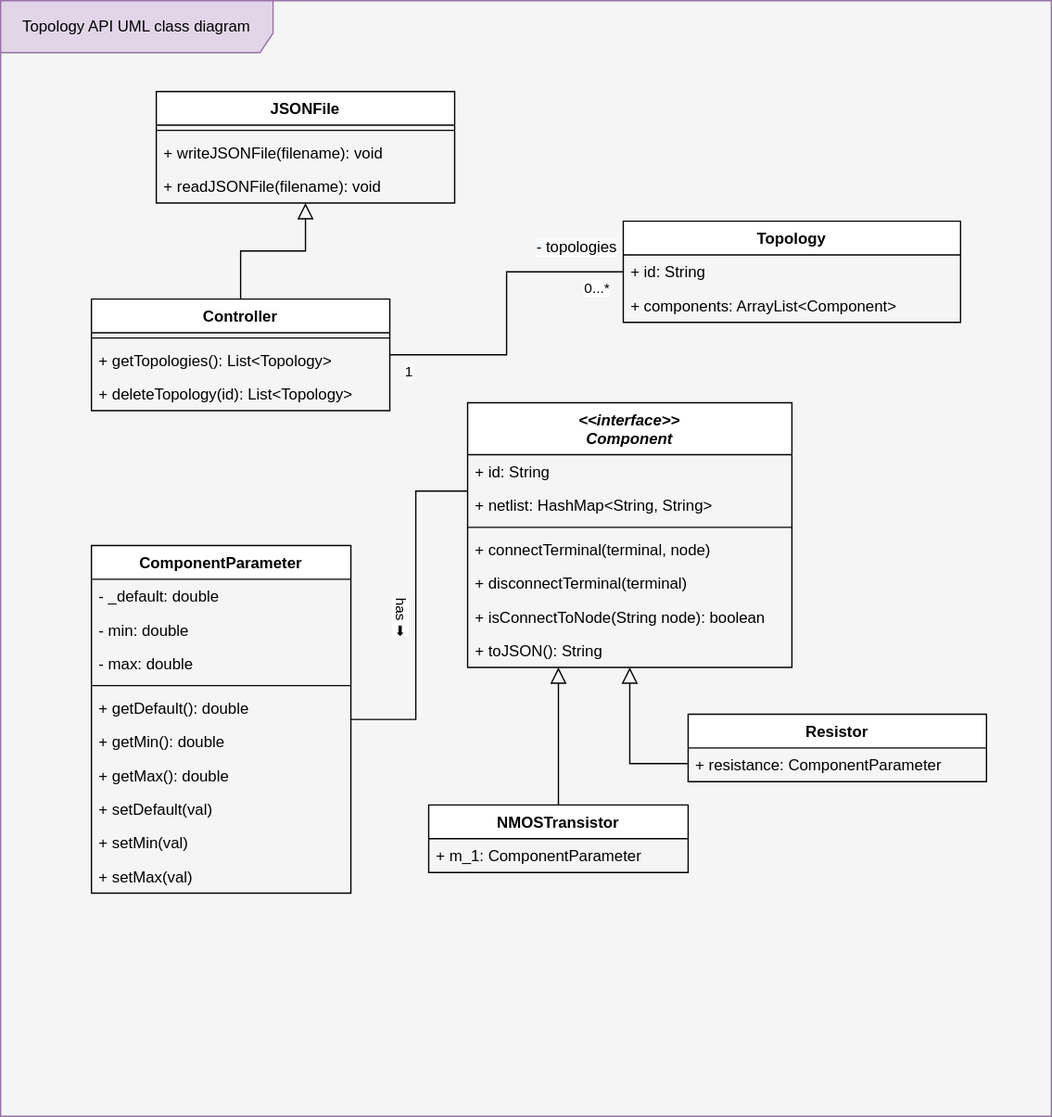
This is classes-uml.svg from MuhammadSawalhy/TopologyAPI, a draw.io export, as it was before one commit. Source tidied: cells renumbered, new cells last; positions are measured from the earlier drawing's top-left corner, leaving out a move shared by most shapes.
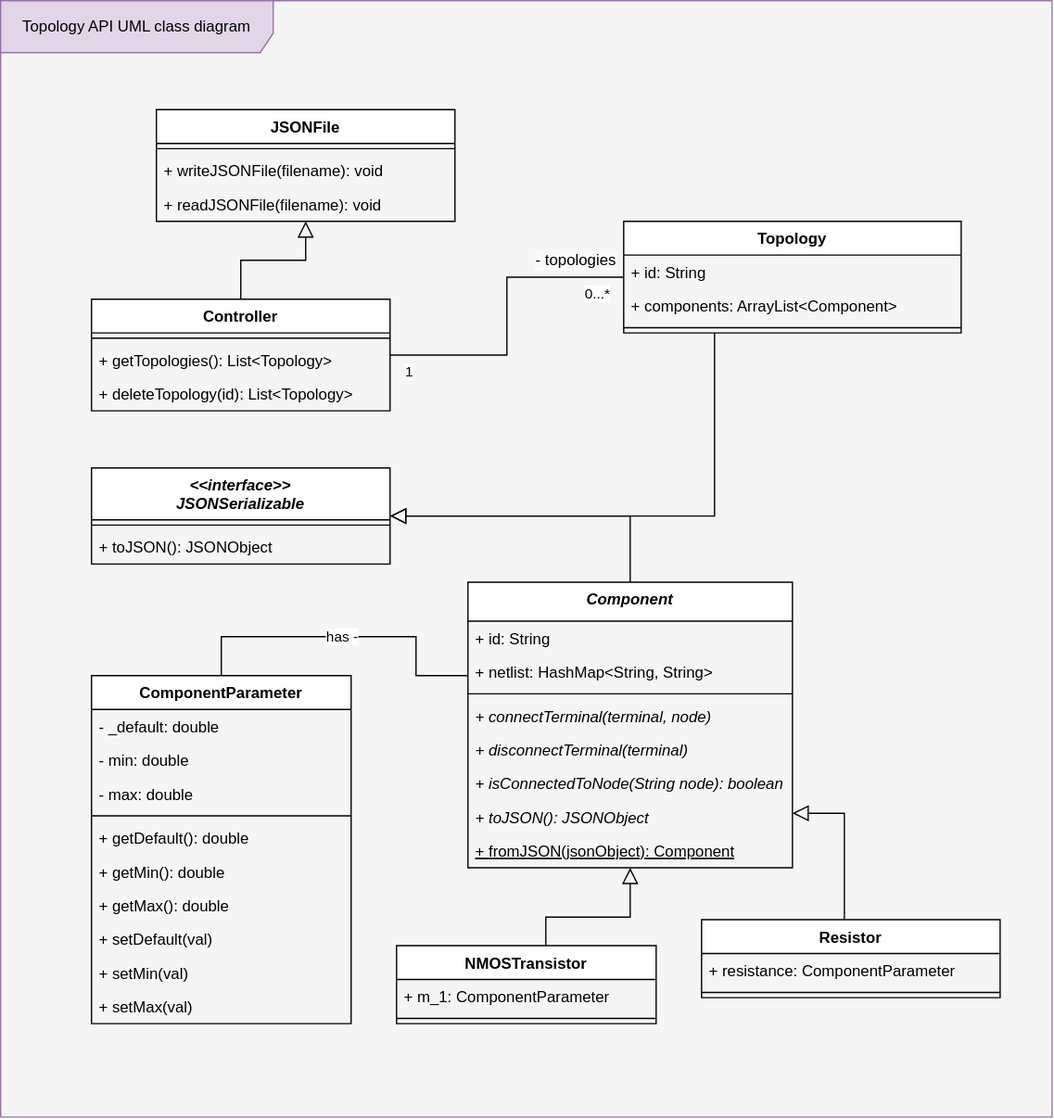
After the change.

Commit message:
Write code for NMOSTransistor component, using its UML

The edit, as a diff of the source:
```diff
@@ -5,30 +5,40 @@
     <mxCell id="2" value="Topology API UML class diagram" style="shape=umlFrame;whiteSpace=wrap;html=1;fontFamily=Helvetica;width=210;height=40;fillColor=#e1d5e7;strokeColor=#9673a6;gradientColor=none;swimlaneFillColor=#F5F5F5;" parent="1" vertex="1">
       <mxGeometry width="810" height="860" as="geometry" />
     </mxCell>
+    <mxCell id="51" style="edgeStyle=orthogonalEdgeStyle;rounded=0;jettySize=auto;html=1;endArrow=block;endFill=0;endSize=10;entryX=1;entryY=0.5;entryDx=0;entryDy=0;" parent="1" edge="1" source="3" target="57">
+      <mxGeometry relative="1" as="geometry">
+        <Array as="points">
+          <mxPoint x="485" y="397" />
+        </Array>
+      </mxGeometry>
+    </mxCell>
-    <mxCell id="3" value="&lt;&lt;interface&gt;&gt;&#10;Component" style="swimlane;fontStyle=3;align=center;verticalAlign=top;horizontal=1;startSize=40;" parent="1" vertex="1">
-      <mxGeometry x="360" y="310" width="250" height="204" as="geometry" />
+    <mxCell id="3" value="Component" style="swimlane;fontStyle=3;align=center;verticalAlign=top;horizontal=1;startSize=30;" parent="1" vertex="1">
+      <mxGeometry x="360" y="448" width="250" height="220" as="geometry" />
     </mxCell>
     <mxCell id="4" value="+ id: String" style="text;strokeColor=none;fillColor=none;align=left;verticalAlign=top;spacingLeft=4;spacingRight=4;overflow=hidden;" parent="3" vertex="1">
-      <mxGeometry y="40" width="250" height="26" as="geometry" />
+      <mxGeometry y="30" width="250" height="26" as="geometry" />
     </mxCell>
     <mxCell id="5" value="+ netlist: HashMap&lt;String, String&gt;" style="text;strokeColor=none;fillColor=none;align=left;verticalAlign=top;spacingLeft=4;spacingRight=4;overflow=hidden;" parent="3" vertex="1">
-      <mxGeometry y="66" width="250" height="26" as="geometry" />
+      <mxGeometry y="56" width="250" height="26" as="geometry" />
     </mxCell>
     <mxCell id="6" style="line;strokeWidth=1;fillColor=none;align=left;verticalAlign=middle;spacingTop=-1;spacingLeft=3;spacingRight=3;labelPosition=right;" parent="3" vertex="1">
-      <mxGeometry y="92" width="250" height="8" as="geometry" />
+      <mxGeometry y="82" width="250" height="8" as="geometry" />
     </mxCell>
-    <mxCell id="7" value="+ connectTerminal(terminal, node)" style="text;strokeColor=none;fillColor=none;align=left;verticalAlign=top;spacingLeft=4;spacingRight=4;overflow=hidden;fontStyle=0;" parent="3" vertex="1">
-      <mxGeometry y="100" width="250" height="26" as="geometry" />
+    <mxCell id="7" value="+ connectTerminal(terminal, node)" style="text;strokeColor=none;fillColor=none;align=left;verticalAlign=top;spacingLeft=4;spacingRight=4;overflow=hidden;fontStyle=2;" parent="3" vertex="1">
+      <mxGeometry y="90" width="250" height="26" as="geometry" />
     </mxCell>
-    <mxCell id="8" value="+ disconnectTerminal(terminal)" style="text;strokeColor=none;fillColor=none;align=left;verticalAlign=top;spacingLeft=4;spacingRight=4;overflow=hidden;fontStyle=0;" parent="3" vertex="1">
-      <mxGeometry y="126" width="250" height="26" as="geometry" />
+    <mxCell id="8" value="+ disconnectTerminal(terminal)" style="text;strokeColor=none;fillColor=none;align=left;verticalAlign=top;spacingLeft=4;spacingRight=4;overflow=hidden;fontStyle=2;" parent="3" vertex="1">
+      <mxGeometry y="116" width="250" height="26" as="geometry" />
     </mxCell>
-    <mxCell id="9" value="+ isConnectToNode(String node): boolean " style="text;strokeColor=none;fillColor=none;align=left;verticalAlign=top;spacingLeft=4;spacingRight=4;overflow=hidden;fontStyle=0;" parent="3" vertex="1">
-      <mxGeometry y="152" width="250" height="26" as="geometry" />
+    <mxCell id="9" value="+ isConnectedToNode(String node): boolean" style="text;strokeColor=none;fillColor=none;align=left;verticalAlign=top;spacingLeft=4;spacingRight=4;overflow=hidden;fontStyle=2;" parent="3" vertex="1">
+      <mxGeometry y="142" width="250" height="26" as="geometry" />
     </mxCell>
-    <mxCell id="10" value="+ toJSON(): String" style="text;strokeColor=none;fillColor=none;align=left;verticalAlign=top;spacingLeft=4;spacingRight=4;overflow=hidden;fontStyle=0;" parent="3" vertex="1">
-      <mxGeometry y="178" width="250" height="26" as="geometry" />
+    <mxCell id="10" value="+ toJSON(): JSONObject" style="text;strokeColor=none;fillColor=none;align=left;verticalAlign=top;spacingLeft=4;spacingRight=4;overflow=hidden;fontStyle=2;" parent="3" vertex="1">
+      <mxGeometry y="168" width="250" height="26" as="geometry" />
     </mxCell>
+    <mxCell id="52" value="+ fromJSON(jsonObject): Component" style="text;strokeColor=none;fillColor=none;align=left;verticalAlign=top;spacingLeft=4;spacingRight=4;overflow=hidden;fontStyle=4;" parent="3" vertex="1">
+      <mxGeometry y="194" width="250" height="26" as="geometry" />
+    </mxCell>
     <mxCell id="11" style="edgeStyle=orthogonalEdgeStyle;rounded=0;jettySize=auto;html=1;endArrow=block;endFill=0;endSize=10;" parent="1" edge="1" source="12" target="47">
       <mxGeometry relative="1" as="geometry" />
     </mxCell>
@@ -47,31 +57,36 @@
     <mxCell id="16" style="edgeStyle=orthogonalEdgeStyle;rounded=0;jettySize=auto;html=1;endArrow=block;endFill=0;endSize=10;startSize=10;" parent="1" edge="1" source="17" target="3">
       <mxGeometry relative="1" as="geometry">
         <Array as="points">
-          <mxPoint x="420" y="668" />
-          <mxPoint x="485" y="668" />
+          <mxPoint x="420" y="706" />
+          <mxPoint x="485" y="706" />
         </Array>
       </mxGeometry>
     </mxCell>
     <mxCell id="17" value="NMOSTransistor" style="swimlane;fontStyle=1;align=center;verticalAlign=top;horizontal=1;startSize=26;" parent="1" vertex="1">
-      <mxGeometry x="330" y="620" width="200" height="52" as="geometry" />
+      <mxGeometry x="305" y="728" width="200" height="60" as="geometry" />
     </mxCell>
     <mxCell id="18" value="+ m_1: ComponentParameter" style="text;strokeColor=none;fillColor=none;align=left;verticalAlign=top;spacingLeft=4;spacingRight=4;overflow=hidden;" parent="17" vertex="1">
       <mxGeometry y="26" width="200" height="26" as="geometry" />
     </mxCell>
+    <mxCell id="53" style="line;strokeWidth=1;fillColor=none;align=left;verticalAlign=middle;spacingTop=-1;spacingLeft=3;spacingRight=3;labelPosition=right;" parent="17" vertex="1">
+      <mxGeometry y="52" width="200" height="8" as="geometry" />
+    </mxCell>
     <mxCell id="19" style="edgeStyle=orthogonalEdgeStyle;rounded=0;jettySize=auto;html=1;endArrow=block;endFill=0;endSize=10;startSize=10;" parent="1" edge="1" source="20" target="3">
       <mxGeometry relative="1" as="geometry">
         <Array as="points">
-          <mxPoint x="615" y="588" />
-          <mxPoint x="485" y="588" />
+          <mxPoint x="650" y="626" />
         </Array>
       </mxGeometry>
     </mxCell>
     <mxCell id="20" value="Resistor" style="swimlane;fontStyle=1;align=center;verticalAlign=top;horizontal=1;startSize=26;" parent="1" vertex="1">
-      <mxGeometry x="530" y="550" width="230" height="52" as="geometry" />
+      <mxGeometry x="540" y="708" width="230" height="60" as="geometry" />
     </mxCell>
     <mxCell id="21" value="+ resistance: ComponentParameter" style="text;strokeColor=none;fillColor=none;align=left;verticalAlign=top;spacingLeft=4;spacingRight=4;overflow=hidden;" parent="20" vertex="1">
       <mxGeometry y="26" width="230" height="26" as="geometry" />
     </mxCell>
+    <mxCell id="54" style="line;strokeWidth=1;fillColor=none;align=left;verticalAlign=middle;spacingTop=-1;spacingLeft=3;spacingRight=3;labelPosition=right;" parent="20" vertex="1">
+      <mxGeometry y="52" width="230" height="8" as="geometry" />
+    </mxCell>
     <mxCell id="22" style="endArrow=none;html=1;edgeStyle=orthogonalEdgeStyle;rounded=0;" parent="1" edge="1" source="12" target="26">
       <mxGeometry relative="1" as="geometry" />
     </mxCell>
@@ -87,11 +102,18 @@
     </mxCell>
     <mxCell id="25" value="&lt;span style=&quot;font-size: 12px ; text-align: left ; background-color: rgb(248 , 249 , 250)&quot;&gt;- topologies&lt;/span&gt;" style="edgeLabel;html=1;align=center;verticalAlign=middle;" parent="22" vertex="1">
       <mxGeometry x="-0.69" y="-2" relative="1" as="geometry">
-        <mxPoint x="105" y="-85" as="offset" />
+        <mxPoint x="105" y="-75" as="offset" />
       </mxGeometry>
     </mxCell>
+    <mxCell id="55" style="edgeStyle=orthogonalEdgeStyle;rounded=0;jettySize=auto;html=1;entryX=1;entryY=0.5;entryDx=0;entryDy=0;endArrow=block;endFill=0;endSize=10;" parent="1" edge="1" source="26" target="57">
+      <mxGeometry relative="1" as="geometry">
+        <Array as="points">
+          <mxPoint x="550" y="397" />
+        </Array>
+      </mxGeometry>
+    </mxCell>
     <mxCell id="26" value="Topology" style="swimlane;fontStyle=1;align=center;verticalAlign=top;horizontal=1;startSize=26;" parent="1" vertex="1">
-      <mxGeometry x="480" y="170" width="260" height="78" as="geometry" />
+      <mxGeometry x="480" y="170" width="260" height="86" as="geometry" />
     </mxCell>
     <mxCell id="27" value="+ id: String" style="text;strokeColor=none;fillColor=none;align=left;verticalAlign=top;spacingLeft=4;spacingRight=4;overflow=hidden;" parent="26" vertex="1">
       <mxGeometry y="26" width="260" height="26" as="geometry" />
@@ -99,20 +121,25 @@
     <mxCell id="28" value="+ components: ArrayList&lt;Component&gt;" style="text;strokeColor=none;fillColor=none;align=left;verticalAlign=top;spacingLeft=4;spacingRight=4;overflow=hidden;" parent="26" vertex="1">
       <mxGeometry y="52" width="260" height="26" as="geometry" />
     </mxCell>
+    <mxCell id="56" style="line;strokeWidth=1;fillColor=none;align=left;verticalAlign=middle;spacingTop=-1;spacingLeft=3;spacingRight=3;labelPosition=right;" parent="26" vertex="1">
+      <mxGeometry y="78" width="260" height="8" as="geometry" />
+    </mxCell>
     <mxCell id="29" style="edgeStyle=orthogonalEdgeStyle;rounded=0;jettySize=auto;html=1;endArrow=none;endFill=0;startSize=10;endSize=10;" parent="1" edge="1" source="31" target="3">
       <mxGeometry relative="1" as="geometry">
         <Array as="points">
-          <mxPoint x="320" y="378" />
+          <mxPoint x="170" y="490" />
+          <mxPoint x="320" y="490" />
+          <mxPoint x="320" y="520" />
         </Array>
       </mxGeometry>
     </mxCell>
-    <mxCell id="30" value="has&amp;nbsp;➡" style="edgeLabel;html=1;align=center;verticalAlign=middle;rotation=90;fontStyle=0;fontFamily=Helvetica;" parent="29" vertex="1">
+    <mxCell id="30" value="has -" style="edgeLabel;html=1;align=center;verticalAlign=middle;rotation=0;fontStyle=0;fontFamily=Helvetica;" parent="29" vertex="1">
       <mxGeometry x="0.05" y="2" relative="1" as="geometry">
-        <mxPoint x="-8" y="10" as="offset" />
+        <mxPoint x="-8" y="2" as="offset" />
       </mxGeometry>
     </mxCell>
     <mxCell id="31" value="ComponentParameter" style="swimlane;fontStyle=1;align=center;verticalAlign=top;horizontal=1;startSize=26;" parent="1" vertex="1">
-      <mxGeometry x="70" y="420" width="200" height="268" as="geometry" />
+      <mxGeometry x="70" y="520" width="200" height="268" as="geometry" />
     </mxCell>
     <mxCell id="32" value="- _default: double    " style="text;strokeColor=none;fillColor=none;align=left;verticalAlign=top;spacingLeft=4;spacingRight=4;overflow=hidden;" parent="31" vertex="1">
       <mxGeometry y="26" width="200" height="26" as="geometry" />
@@ -144,7 +171,7 @@
     <mxCell id="41" value="+ setMax(val)" style="text;strokeColor=none;fillColor=none;align=left;verticalAlign=top;spacingLeft=4;spacingRight=4;overflow=hidden;" parent="31" vertex="1">
       <mxGeometry y="242" width="200" height="26" as="geometry" />
     </mxCell>
-    <mxCell id="42" style="edgeStyle=orthogonalEdgeStyle;rounded=0;jettySize=auto;html=1;fontFamily=Helvetica;endArrow=none;endFill=0;startSize=10;endSize=10;" parent="1" edge="1" target="x">
+    <mxCell id="42" style="edgeStyle=orthogonalEdgeStyle;rounded=0;orthogonalLoop=1;jettySize=auto;html=1;fontFamily=Helvetica;endArrow=none;endFill=0;startSize=10;endSize=10;" parent="1" edge="1">
       <mxGeometry relative="1" as="geometry">
         <mxPoint x="660.1" y="530" as="sourcePoint" />
       </mxGeometry>
@@ -164,13 +191,13 @@
         <mxPoint x="-9" y="-2" as="offset" />
       </mxGeometry>
     </mxCell>
-    <mxCell id="46" style="edgeStyle=orthogonalEdgeStyle;rounded=0;jettySize=auto;html=1;fontFamily=Helvetica;endArrow=none;endFill=0;startSize=10;endSize=10;" parent="1" edge="1" target="x">
+    <mxCell id="46" style="edgeStyle=orthogonalEdgeStyle;rounded=0;orthogonalLoop=1;jettySize=auto;html=1;fontFamily=Helvetica;endArrow=none;endFill=0;startSize=10;endSize=10;" parent="1" edge="1">
       <mxGeometry relative="1" as="geometry">
         <mxPoint x="665" y="750" as="sourcePoint" />
       </mxGeometry>
     </mxCell>
     <mxCell id="47" value="JSONFile" style="swimlane;fontStyle=1;align=center;verticalAlign=top;horizontal=1;startSize=26;" parent="1" vertex="1">
-      <mxGeometry x="120" y="70" width="230" height="86" as="geometry" />
+      <mxGeometry x="120" y="84" width="230" height="86" as="geometry" />
     </mxCell>
     <mxCell id="48" style="line;strokeWidth=1;fillColor=none;align=left;verticalAlign=middle;spacingTop=-1;spacingLeft=3;spacingRight=3;labelPosition=right;" parent="47" vertex="1">
       <mxGeometry y="26" width="230" height="8" as="geometry" />
@@ -181,5 +208,14 @@
     <mxCell id="50" value="+ readJSONFile(filename): void" style="text;strokeColor=none;fillColor=none;align=left;verticalAlign=top;spacingLeft=4;spacingRight=4;overflow=hidden;" parent="47" vertex="1">
       <mxGeometry y="60" width="230" height="26" as="geometry" />
     </mxCell>
+    <mxCell id="57" value="&lt;&lt;interface&gt;&gt;&#10;JSONSerializable" style="swimlane;fontStyle=3;align=center;verticalAlign=top;horizontal=1;startSize=40;" parent="1" vertex="1">
+      <mxGeometry x="70" y="360" width="230" height="74" as="geometry" />
+    </mxCell>
+    <mxCell id="58" style="line;strokeWidth=1;fillColor=none;align=left;verticalAlign=middle;spacingTop=-1;spacingLeft=3;spacingRight=3;labelPosition=right;" parent="57" vertex="1">
+      <mxGeometry y="40" width="230" height="8" as="geometry" />
+    </mxCell>
+    <mxCell id="59" value="+ toJSON(): JSONObject" style="text;strokeColor=none;fillColor=none;align=left;verticalAlign=top;spacingLeft=4;spacingRight=4;overflow=hidden;" parent="57" vertex="1">
+      <mxGeometry y="48" width="230" height="26" as="geometry" />
+    </mxCell>
   </root>
 </mxGraphModel>
```
